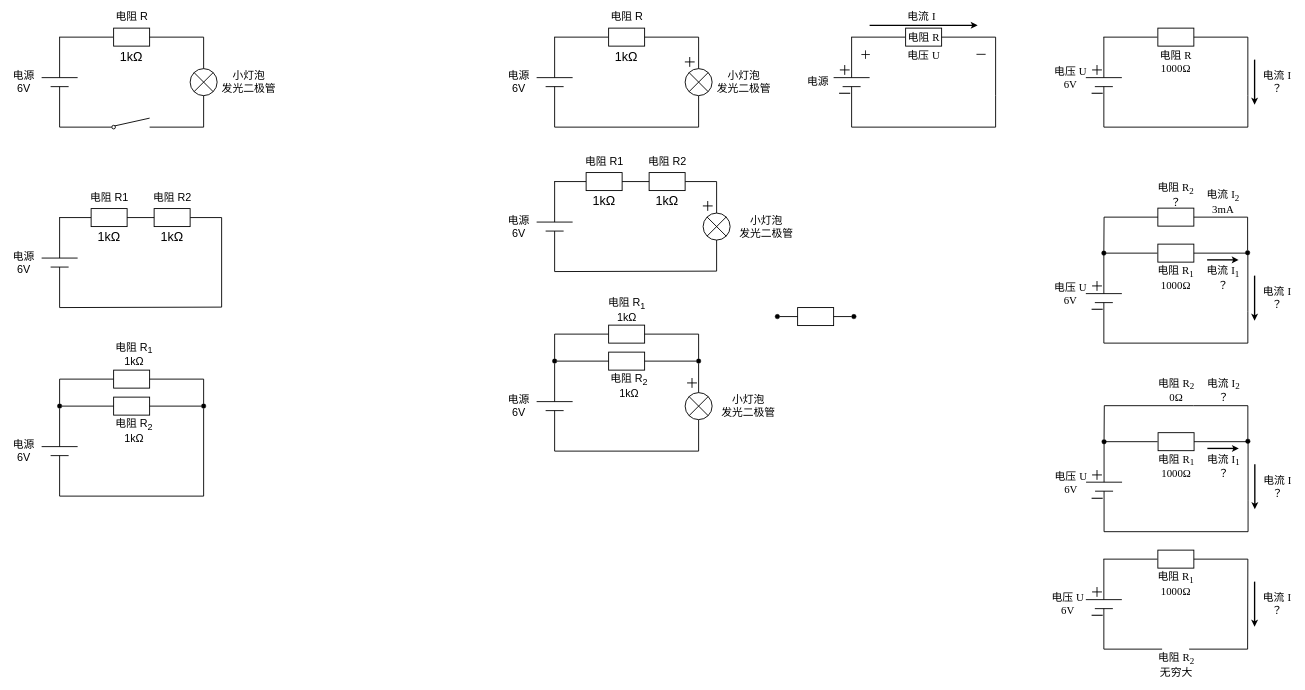
Above: light_led.drawio in RedNoseRedRose/XinChuang-Practice-Breadboard-0DiscreteComponents-00LightLed (draw.io), before the change. Source tidied: cells renumbered, new cells numbered last; positions are measured from the earlier drawing's top-left corner, leaving out a move shared by most shapes. Both pictures are drawn from the tidied source at 45%, with x=0, y=0 at pixel (8, 8).
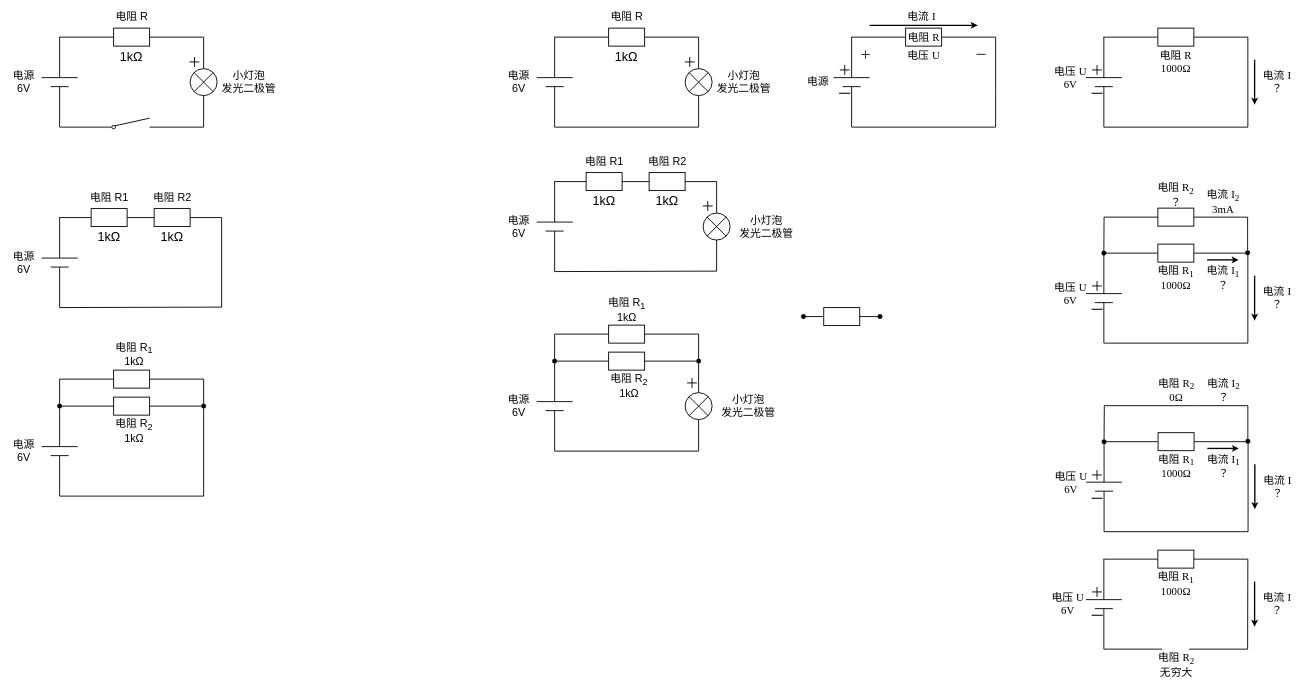
The same diagram, later.

What changed in the source:
```diff
@@
     <mxCell id="48" style="rounded=0;whiteSpace=wrap;html=1;strokeWidth=2;" parent="1" vertex="1">
-      <mxGeometry x="1755" y="666" width="80" height="40" as="geometry" />
+      <mxGeometry x="1813" y="666" width="80" height="40" as="geometry" />
     </mxCell>
     <mxCell id="49" style="ellipse;whiteSpace=wrap;html=1;fillColor=#000000;" parent="1" vertex="1">
-      <mxGeometry x="1705" y="681" width="10" height="10" as="geometry" />
+      <mxGeometry x="1763" y="681" width="10" height="10" as="geometry" />
     </mxCell>
@@
     <mxCell id="52" style="ellipse;whiteSpace=wrap;html=1;fillColor=#000000;" parent="1" vertex="1">
-      <mxGeometry x="1875" y="681" width="10" height="10" as="geometry" />
+      <mxGeometry x="1933" y="681" width="10" height="10" as="geometry" />
     </mxCell>
@@
+    <mxCell id="183" value="&lt;font style=&quot;font-size: 30px;&quot;&gt;＋&lt;/font&gt;" style="text;html=1;align=center;verticalAlign=middle;strokeColor=none;fillColor=none;" parent="1" vertex="1">
+      <mxGeometry x="390" y="95" width="50" height="50" as="geometry" />
+    </mxCell>
```
